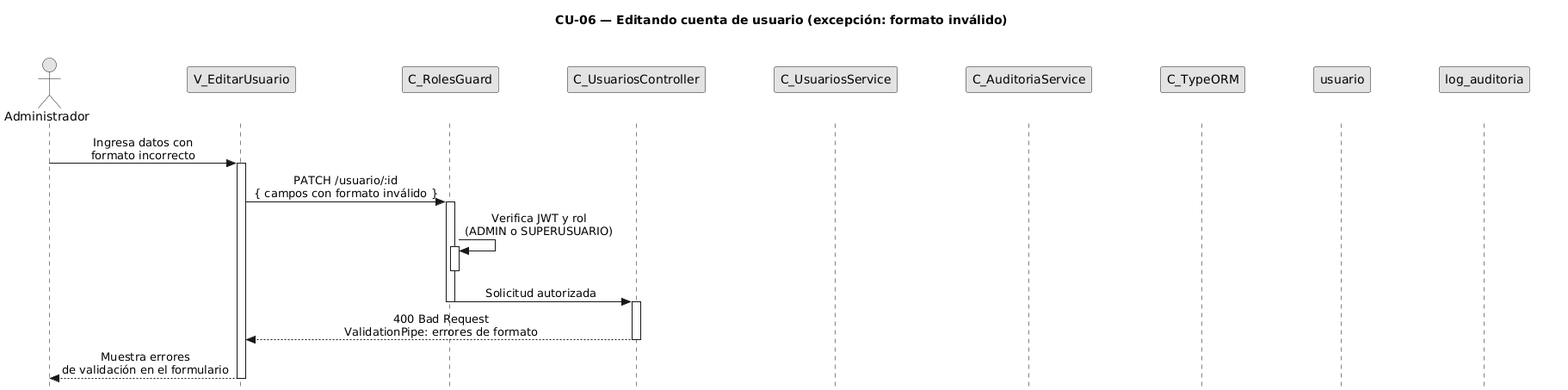
Before: diagramas/diagramas-secuencia/CU06/CU06-exc-formato-invalido.png, a diagram exported from PlantUML (FSM-Finet-y-Cable-Magico/Team_1-Inventario-y-Bodega).
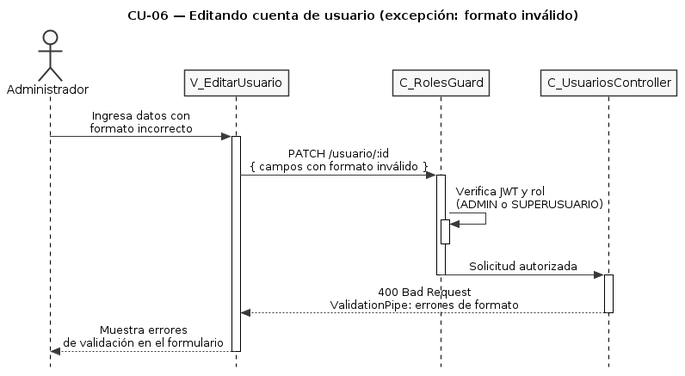
Above is the later version.

The edit, as a diff of the source:
```diff
@@ -5,16 +5,8 @@
 skinparam monochrome true
 skinparam shadowing false
 skinparam sequenceMessageAlign center
-<style>
-sequenceDiagram {
-  participant {
-    Margin 35
-  }
-  actor {
-    Margin 15
-  }
-}
-</style>
+skinparam ParticipantPadding 25
+skinparam ActorPadding 20
 skinparam sequence {
   MessageAlign center
   LifeLineBorderColor black
@@ -25,11 +17,6 @@
 participant "V_EditarUsuario" as view
 participant "C_RolesGuard" as guard
 participant "C_UsuariosController" as ctrl
-participant "C_UsuariosService" as svc
-participant "C_AuditoriaService" as aud
-participant "C_TypeORM" as orm
-participant "usuario" as uent
-participant "log_auditoria" as aent
 
 user -> view : Ingresa datos con\nformato incorrecto
 activate view
```
